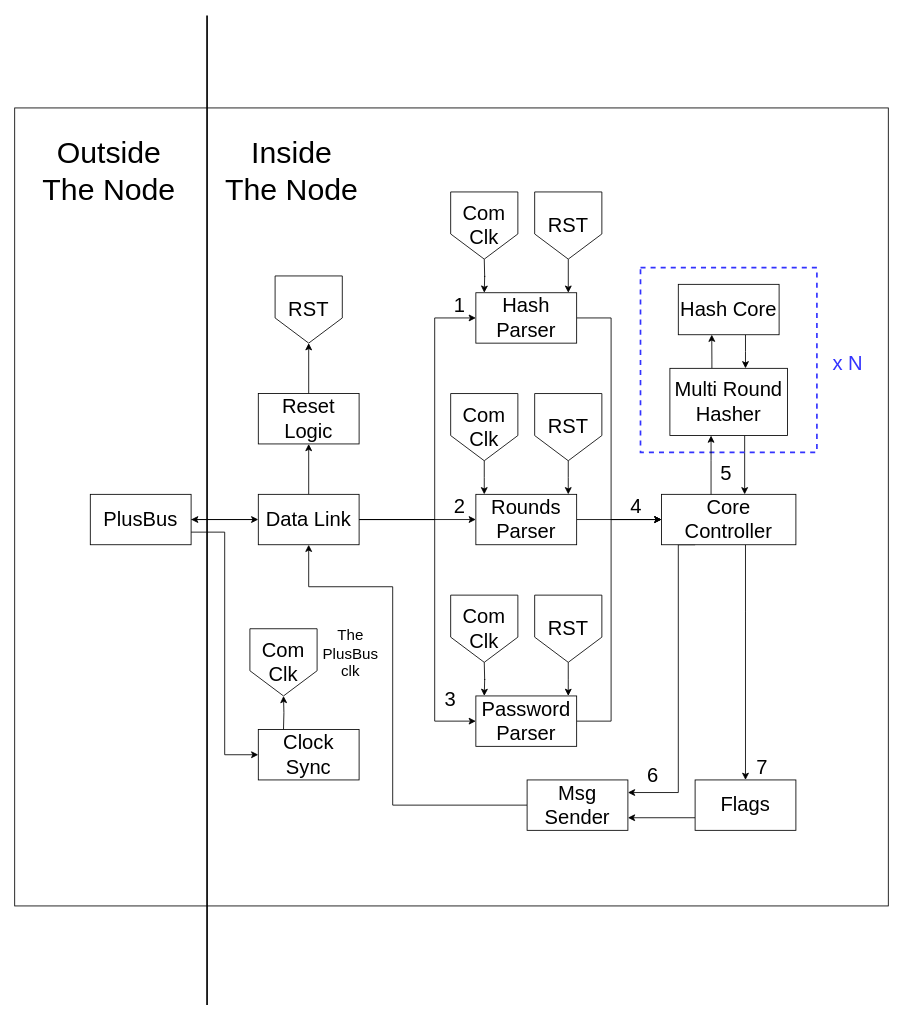
This is figures/node_structure/node_structure.drawio from Niclasapdk/ESD3_project, a draw.io file, before an edit. Source tidied: cells renumbered, new cells numbered last; positions are measured from the earlier drawing's top-left corner, leaving out a move shared by most shapes. Both pictures are drawn from the tidied source at 84%, with x=0, y=0 at pixel (14, 15).
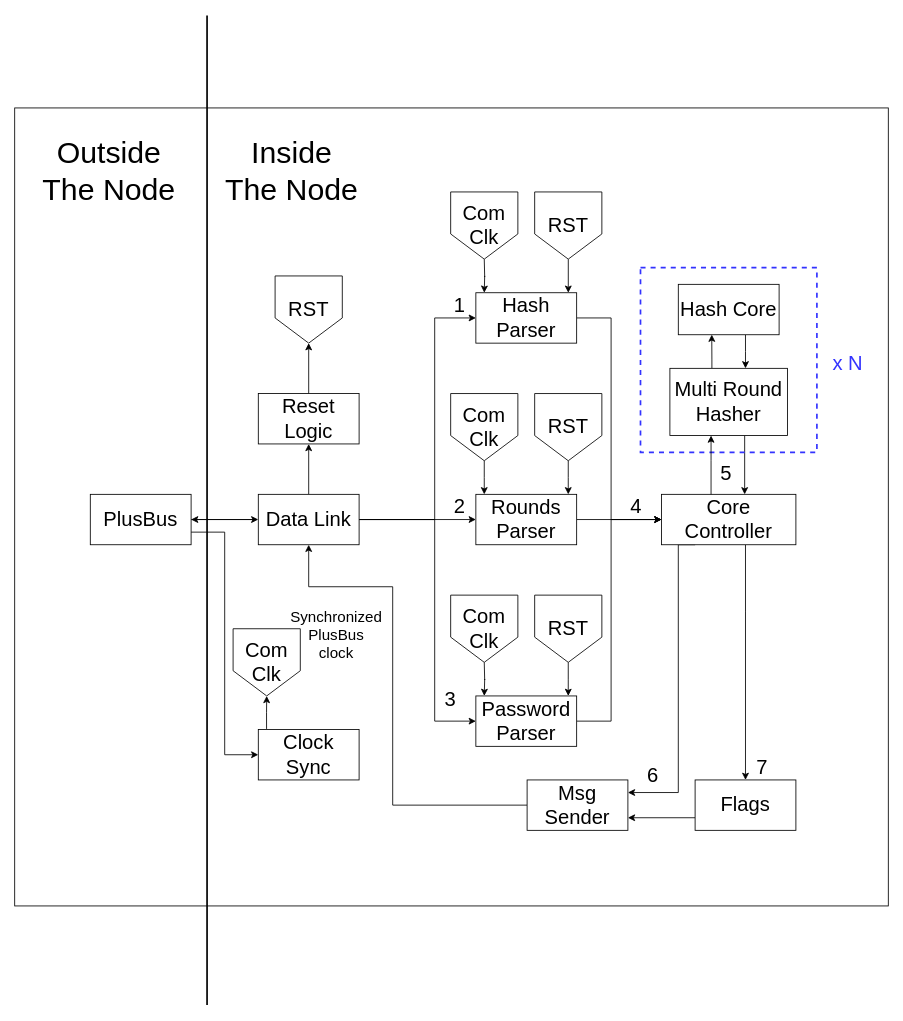
The same diagram, later.

Commit message (it also covers changes not shown here):
Fix node structure figure

Unchanged cells that the change refers to:
```xml
<mxCell id="8" value="&lt;font style=&quot;font-size: 24px;&quot;&gt;Clock Sync&lt;br&gt;&lt;/font&gt;" style="rounded=0;whiteSpace=wrap;html=1;" parent="1" vertex="1">
  <mxGeometry x="290" y="850" width="120" height="60" as="geometry" />
</mxCell>
```

The edit, as a diff of the source:
```diff
@@
-    <mxCell id="7" style="edgeStyle=orthogonalEdgeStyle;rounded=0;jettySize=auto;html=1;" parent="1" edge="1" target="14">
-      <mxGeometry relative="1" as="geometry">
-        <mxPoint x="320" y="850" as="sourcePoint" />
-      </mxGeometry>
+    <mxCell id="7" style="edgeStyle=orthogonalEdgeStyle;rounded=0;jettySize=auto;html=1;exitX=0.082;exitY=-0.012;exitDx=0;exitDy=0;exitPerimeter=0;" parent="1" edge="1" source="8" target="14">
+      <mxGeometry relative="1" as="geometry" />
     </mxCell>
@@
     <mxCell id="14" value="&lt;font style=&quot;font-size: 24px;&quot;&gt;Com&lt;br&gt;Clk&lt;br&gt;&lt;/font&gt;" style="shape=offPageConnector;whiteSpace=wrap;html=1;" parent="1" vertex="1">
-      <mxGeometry x="280" y="730" width="80" height="80" as="geometry" />
+      <mxGeometry x="260" y="730" width="80" height="80" as="geometry" />
     </mxCell>
@@
-    <mxCell id="61" value="&lt;font style=&quot;font-size: 18px;&quot;&gt;The PlusBus clk&lt;br&gt;&lt;/font&gt;" style="text;html=1;strokeColor=none;fillColor=none;align=center;verticalAlign=middle;whiteSpace=wrap;rounded=0;" parent="1" vertex="1">
-      <mxGeometry x="360" y="730" width="80" height="60" as="geometry" />
+    <mxCell id="61" value="&lt;font style=&quot;font-size: 18px;&quot;&gt;Synchronized PlusBus clock&lt;br&gt;&lt;/font&gt;" style="text;html=1;strokeColor=none;fillColor=none;align=center;verticalAlign=middle;whiteSpace=wrap;rounded=0;" parent="1" vertex="1">
+      <mxGeometry x="333" y="693" width="100" height="90" as="geometry" />
     </mxCell>
```
